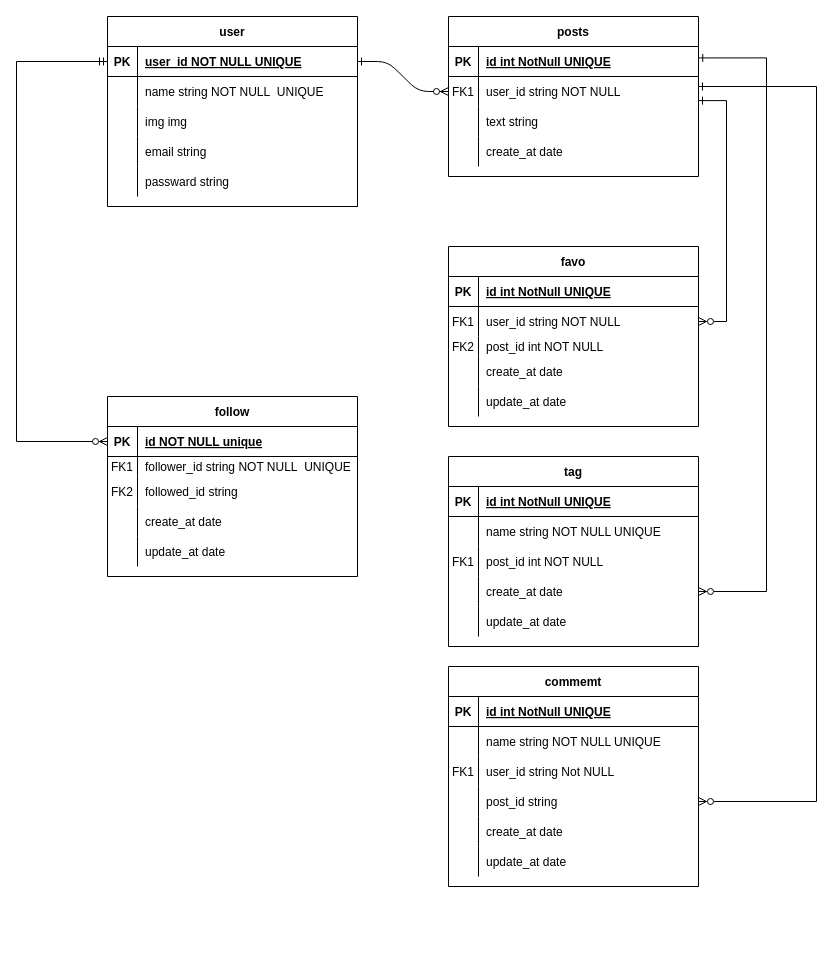
Earlier version of the draw.io diagram dataTable_v1.drawio (tsuki917/sns-test). Source tidied: cells renumbered, new cells numbered last; positions are measured from the earlier drawing's top-left corner, leaving out a move shared by most shapes. Both pictures are drawn from the tidied source at 100%, with x=0, y=0 at pixel (16, 16).
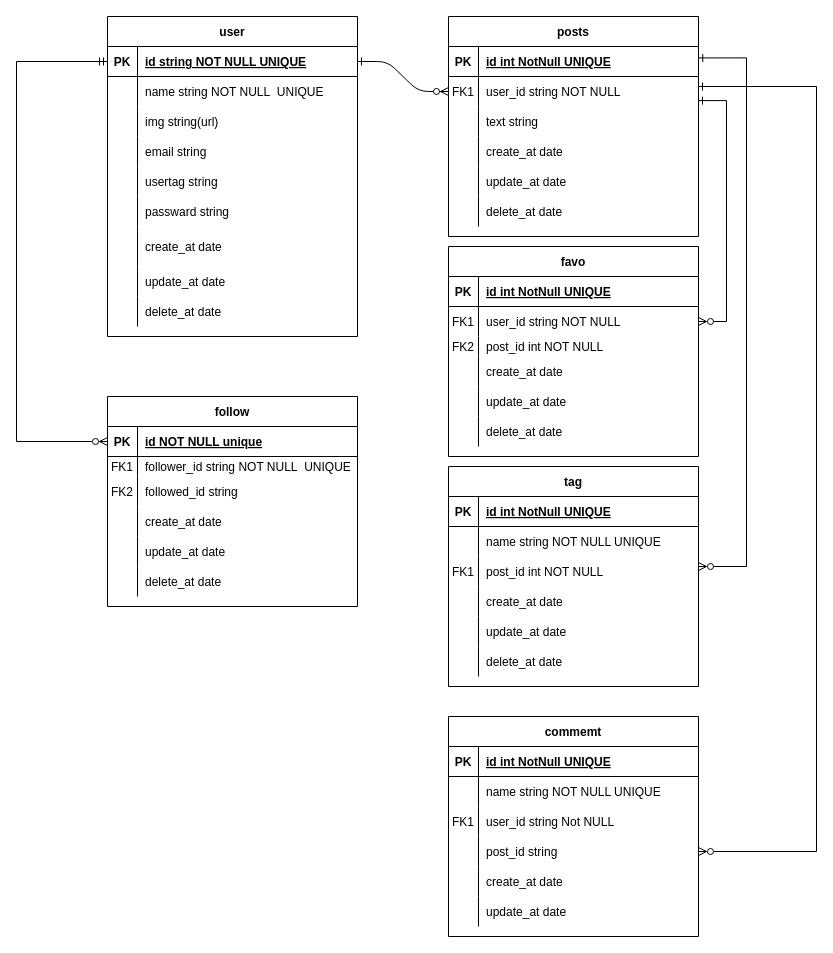
Above is the later version.

Commit message (it also covers changes not shown here):
add:data-structure v1

Unchanged cells that the change refers to:
```xml
<mxCell id="4" style="shape=partialRectangle;fillColor=none;points=[[0,0.5],[1,0.5]];portConstraint=eastwest;top=0;left=0;right=0;bottom=1;" parent="3" vertex="1">
  <mxGeometry y="30" width="250" height="30" as="geometry" />
</mxCell>
<mxCell id="13" style="shape=partialRectangle;fillColor=none;top=0;left=0;right=0;bottom=0;" parent="3" vertex="1">
  <mxGeometry y="120" width="250" height="30" as="geometry" />
</mxCell>
<mxCell id="17" style="shape=partialRectangle;fillColor=none;points=[[0,0.5],[1,0.5]];portConstraint=eastwest;top=0;left=0;right=0;bottom=1;" parent="16" vertex="1">
  <mxGeometry y="30" width="250" height="30" as="geometry" />
</mxCell>
<mxCell id="23" style="shape=partialRectangle;fillColor=none;top=0;left=0;right=0;bottom=0;" parent="16" vertex="1">
  <mxGeometry y="90" width="250" height="30" as="geometry" />
</mxCell>
<mxCell id="73" style="shape=partialRectangle;fillColor=none;points=[[0,0.5],[1,0.5]];portConstraint=eastwest;top=0;left=0;right=0;bottom=0;" parent="66" vertex="1">
  <mxGeometry y="90" width="250" height="30" as="geometry" />
</mxCell>
<mxCell id="76" style="shape=partialRectangle;fillColor=none;points=[[0,0.5],[1,0.5]];portConstraint=eastwest;top=0;left=0;right=0;bottom=0;" parent="66" vertex="1">
  <mxGeometry y="120" width="250" height="30" as="geometry" />
</mxCell>
<mxCell id="93" style="shape=partialRectangle;fillColor=none;points=[[0,0.5],[1,0.5]];portConstraint=eastwest;top=0;left=0;right=0;bottom=0;" parent="83" vertex="1">
  <mxGeometry y="120" width="250" height="30" as="geometry" />
</mxCell>
```

The edit, as a diff of the source:
```diff
@@
     <mxCell id="3" value="posts" style="shape=table;startSize=30;childLayout=tableLayout;rowLines=0;fontStyle=1;align=center;" parent="1" vertex="1">
-      <mxGeometry x="432" width="250" height="160" as="geometry" />
+      <mxGeometry x="432" width="250" height="220" as="geometry" />
     </mxCell>
@@
-    <mxCell id="15" value="create_at date" style="shape=partialRectangle;overflow=hidden;fillColor=none;top=0;left=0;bottom=0;right=0;align=left;spacingLeft=6;" parent="13" vertex="1">
+    <mxCell id="15" value="create_at date " style="shape=partialRectangle;overflow=hidden;fillColor=none;top=0;left=0;bottom=0;right=0;align=left;spacingLeft=6;" parent="13" vertex="1">
       <mxGeometry x="30" width="220" height="30" as="geometry" />
     </mxCell>
+    <mxCell id="103" style="shape=partialRectangle;fillColor=none;top=0;left=0;right=0;bottom=0;" parent="3" vertex="1">
+      <mxGeometry y="150" width="250" height="30" as="geometry" />
+    </mxCell>
+    <mxCell id="104" style="shape=partialRectangle;overflow=hidden;fillColor=none;top=0;left=0;bottom=0;right=0;" parent="103" vertex="1">
+      <mxGeometry width="30" height="30" as="geometry" />
+    </mxCell>
+    <mxCell id="105" value="update_at date" style="shape=partialRectangle;overflow=hidden;fillColor=none;top=0;left=0;bottom=0;right=0;align=left;spacingLeft=6;" parent="103" vertex="1">
+      <mxGeometry x="30" width="220" height="30" as="geometry" />
+    </mxCell>
+    <mxCell id="106" style="shape=partialRectangle;fillColor=none;top=0;left=0;right=0;bottom=0;" parent="3" vertex="1">
+      <mxGeometry y="180" width="250" height="30" as="geometry" />
+    </mxCell>
+    <mxCell id="107" style="shape=partialRectangle;overflow=hidden;fillColor=none;top=0;left=0;bottom=0;right=0;" parent="106" vertex="1">
+      <mxGeometry width="30" height="30" as="geometry" />
+    </mxCell>
+    <mxCell id="108" value="delete_at date" style="shape=partialRectangle;overflow=hidden;fillColor=none;top=0;left=0;bottom=0;right=0;align=left;spacingLeft=6;" parent="106" vertex="1">
+      <mxGeometry x="30" width="220" height="30" as="geometry" />
+    </mxCell>
     <mxCell id="16" value="user" style="shape=table;startSize=30;childLayout=tableLayout;rowLines=0;fontStyle=1;align=center;" parent="1" vertex="1">
-      <mxGeometry x="91" width="250" height="190" as="geometry" />
+      <mxGeometry x="91" width="250" height="320" as="geometry" />
     </mxCell>
@@
-    <mxCell id="19" value="user_id NOT NULL UNIQUE" style="shape=partialRectangle;overflow=hidden;fillColor=none;top=0;left=0;bottom=0;right=0;align=left;spacingLeft=6;fontStyle=5;" parent="17" vertex="1">
+    <mxCell id="19" value="id string NOT NULL UNIQUE" style="shape=partialRectangle;overflow=hidden;fillColor=none;top=0;left=0;bottom=0;right=0;align=left;spacingLeft=6;fontStyle=5;" parent="17" vertex="1">
       <mxGeometry x="30" width="220" height="30" as="geometry" />
     </mxCell>
@@
-    <mxCell id="25" value="img img " style="shape=partialRectangle;overflow=hidden;fillColor=none;top=0;left=0;bottom=0;right=0;align=left;spacingLeft=6;" parent="23" vertex="1">
+    <mxCell id="25" value="img string(url)" style="shape=partialRectangle;overflow=hidden;fillColor=none;top=0;left=0;bottom=0;right=0;align=left;spacingLeft=6;" parent="23" vertex="1">
       <mxGeometry x="30" width="220" height="30" as="geometry" />
     </mxCell>
@@
+    <mxCell id="109" style="shape=partialRectangle;fillColor=none;top=0;left=0;right=0;bottom=0;" parent="16" vertex="1">
+      <mxGeometry y="150" width="250" height="30" as="geometry" />
+    </mxCell>
+    <mxCell id="110" style="shape=partialRectangle;overflow=hidden;fillColor=none;top=0;left=0;bottom=0;right=0;" parent="109" vertex="1">
+      <mxGeometry width="30" height="30" as="geometry" />
+    </mxCell>
+    <mxCell id="111" value="usertag string" style="shape=partialRectangle;overflow=hidden;fillColor=none;top=0;left=0;bottom=0;right=0;align=left;spacingLeft=6;" parent="109" vertex="1">
+      <mxGeometry x="30" width="220" height="30" as="geometry" />
+    </mxCell>
     <mxCell id="29" style="shape=partialRectangle;fillColor=none;top=0;left=0;right=0;bottom=0;" parent="16" vertex="1">
-      <mxGeometry y="150" width="250" height="30" as="geometry" />
+      <mxGeometry y="180" width="250" height="30" as="geometry" />
     </mxCell>
@@
+    <mxCell id="112" style="shape=partialRectangle;fillColor=none;top=0;left=0;right=0;bottom=0;" parent="16" vertex="1">
+      <mxGeometry y="210" width="250" height="40" as="geometry" />
+    </mxCell>
+    <mxCell id="113" style="shape=partialRectangle;overflow=hidden;fillColor=none;top=0;left=0;bottom=0;right=0;" parent="112" vertex="1">
+      <mxGeometry width="30" height="40" as="geometry" />
+    </mxCell>
+    <mxCell id="114" value="create_at date" style="shape=partialRectangle;overflow=hidden;fillColor=none;top=0;left=0;bottom=0;right=0;align=left;spacingLeft=6;" parent="112" vertex="1">
+      <mxGeometry x="30" width="220" height="40" as="geometry" />
+    </mxCell>
+    <mxCell id="115" style="shape=partialRectangle;fillColor=none;top=0;left=0;right=0;bottom=0;" parent="16" vertex="1">
+      <mxGeometry y="250" width="250" height="30" as="geometry" />
+    </mxCell>
+    <mxCell id="116" style="shape=partialRectangle;overflow=hidden;fillColor=none;top=0;left=0;bottom=0;right=0;" parent="115" vertex="1">
+      <mxGeometry width="30" height="30" as="geometry" />
+    </mxCell>
+    <mxCell id="117" value="update_at date" style="shape=partialRectangle;overflow=hidden;fillColor=none;top=0;left=0;bottom=0;right=0;align=left;spacingLeft=6;" parent="115" vertex="1">
+      <mxGeometry x="30" width="220" height="30" as="geometry" />
+    </mxCell>
+    <mxCell id="118" style="shape=partialRectangle;fillColor=none;top=0;left=0;right=0;bottom=0;" parent="16" vertex="1">
+      <mxGeometry y="280" width="250" height="30" as="geometry" />
+    </mxCell>
+    <mxCell id="119" style="shape=partialRectangle;overflow=hidden;fillColor=none;top=0;left=0;bottom=0;right=0;" parent="118" vertex="1">
+      <mxGeometry width="30" height="30" as="geometry" />
+    </mxCell>
+    <mxCell id="120" value="delete_at date" style="shape=partialRectangle;overflow=hidden;fillColor=none;top=0;left=0;bottom=0;right=0;align=left;spacingLeft=6;" parent="118" vertex="1">
+      <mxGeometry x="30" width="220" height="30" as="geometry" />
+    </mxCell>
     <mxCell id="32" value="follow" style="shape=table;startSize=30;childLayout=tableLayout;rowLines=0;fontStyle=1;align=center;" parent="1" vertex="1">
-      <mxGeometry x="91" y="380" width="250" height="180" as="geometry" />
+      <mxGeometry x="91" y="380" width="250" height="210" as="geometry" />
     </mxCell>
@@
+    <mxCell id="121" style="shape=partialRectangle;fillColor=none;top=0;left=0;right=0;bottom=0;" parent="32" vertex="1">
+      <mxGeometry y="170" width="250" height="30" as="geometry" />
+    </mxCell>
+    <mxCell id="122" style="shape=partialRectangle;overflow=hidden;fillColor=none;top=0;left=0;bottom=0;right=0;" parent="121" vertex="1">
+      <mxGeometry width="30" height="30" as="geometry" />
+    </mxCell>
+    <mxCell id="123" value="delete_at date" style="shape=partialRectangle;overflow=hidden;fillColor=none;top=0;left=0;bottom=0;right=0;align=left;spacingLeft=6;" parent="121" vertex="1">
+      <mxGeometry x="30" width="220" height="30" as="geometry" />
+    </mxCell>
@@
     <mxCell id="49" value="favo" style="shape=table;startSize=30;childLayout=tableLayout;rowLines=0;fontStyle=1;align=center;" parent="1" vertex="1">
-      <mxGeometry x="432" y="230" width="250" height="180" as="geometry" />
+      <mxGeometry x="432" y="230" width="250" height="210" as="geometry" />
     </mxCell>
@@
+    <mxCell id="124" style="shape=partialRectangle;fillColor=none;top=0;left=0;right=0;bottom=0;" parent="49" vertex="1">
+      <mxGeometry y="170" width="250" height="30" as="geometry" />
+    </mxCell>
+    <mxCell id="125" style="shape=partialRectangle;overflow=hidden;fillColor=none;top=0;left=0;bottom=0;right=0;" parent="124" vertex="1">
+      <mxGeometry width="30" height="30" as="geometry" />
+    </mxCell>
+    <mxCell id="126" value="delete_at date" style="shape=partialRectangle;overflow=hidden;fillColor=none;top=0;left=0;bottom=0;right=0;align=left;spacingLeft=6;" parent="124" vertex="1">
+      <mxGeometry x="30" width="220" height="30" as="geometry" />
+    </mxCell>
@@
     <mxCell id="66" value="tag" style="shape=table;startSize=30;childLayout=tableLayout;rowLines=0;fontStyle=1;align=center;" parent="1" vertex="1">
-      <mxGeometry x="432" y="440" width="250" height="190" as="geometry" />
+      <mxGeometry x="432" y="450" width="250" height="220" as="geometry" />
     </mxCell>
@@
+    <mxCell id="127" style="shape=partialRectangle;fillColor=none;top=0;left=0;right=0;bottom=0;" parent="66" vertex="1">
+      <mxGeometry y="180" width="250" height="30" as="geometry" />
+    </mxCell>
+    <mxCell id="128" style="shape=partialRectangle;overflow=hidden;fillColor=none;top=0;left=0;bottom=0;right=0;" parent="127" vertex="1">
+      <mxGeometry width="30" height="30" as="geometry" />
+    </mxCell>
+    <mxCell id="129" value="delete_at date" style="shape=partialRectangle;overflow=hidden;fillColor=none;top=0;left=0;bottom=0;right=0;align=left;spacingLeft=6;" parent="127" vertex="1">
+      <mxGeometry x="30" width="220" height="30" as="geometry" />
+    </mxCell>
-    <mxCell id="82" style="edgeStyle=orthogonalEdgeStyle;fontSize=12;html=1;endArrow=ERone;endFill=1;rounded=0;entryX=1.001;entryY=0.381;entryDx=0;entryDy=0;startArrow=ERzeroToMany;startFill=0;exitX=1;exitY=0.5;exitDx=0;exitDy=0;entryPerimeter=0;" parent="1" edge="1" source="76" target="4">
+    <mxCell id="82" style="edgeStyle=orthogonalEdgeStyle;fontSize=12;html=1;endArrow=ERone;endFill=1;rounded=0;entryX=1.001;entryY=0.381;entryDx=0;entryDy=0;startArrow=ERzeroToMany;startFill=0;entryPerimeter=0;" parent="1" edge="1" source="73" target="4">
       <mxGeometry relative="1" as="geometry">
         <Array as="points">
-          <mxPoint x="750" y="575" />
-          <mxPoint x="750" y="41" />
+          <mxPoint x="730" y="550" />
+          <mxPoint x="730" y="41" />
         </Array>
       </mxGeometry>
     </mxCell>
     <mxCell id="83" value="commemt" style="shape=table;startSize=30;childLayout=tableLayout;rowLines=0;fontStyle=1;align=center;" parent="1" vertex="1">
-      <mxGeometry x="432" y="650" width="250" height="220" as="geometry" />
+      <mxGeometry x="432" y="700" width="250" height="220" as="geometry" />
     </mxCell>
@@
-    <mxCell id="102" style="edgeStyle=orthogonalEdgeStyle;fontSize=12;html=1;endArrow=ERone;endFill=1;rounded=0;entryX=1.001;entryY=0.381;entryDx=0;entryDy=0;startArrow=ERzeroToMany;startFill=0;entryPerimeter=0;" parent="1" edge="1" source="93">
+    <mxCell id="102" style="edgeStyle=orthogonalEdgeStyle;fontSize=12;html=1;endArrow=ERone;endFill=1;rounded=0;entryX=1.001;entryY=0.381;entryDx=0;entryDy=0;startArrow=ERzeroToMany;startFill=0;entryPerimeter=0;exitX=1;exitY=0.5;exitDx=0;exitDy=0;" parent="1" edge="1" source="93">
       <mxGeometry relative="1" as="geometry">
         <mxPoint x="682" y="70" as="targetPoint" />
         <Array as="points">
-          <mxPoint x="800" y="785" />
+          <mxPoint x="800" y="835" />
           <mxPoint x="800" y="70" />
         </Array>
       </mxGeometry>
     </mxCell>
```
